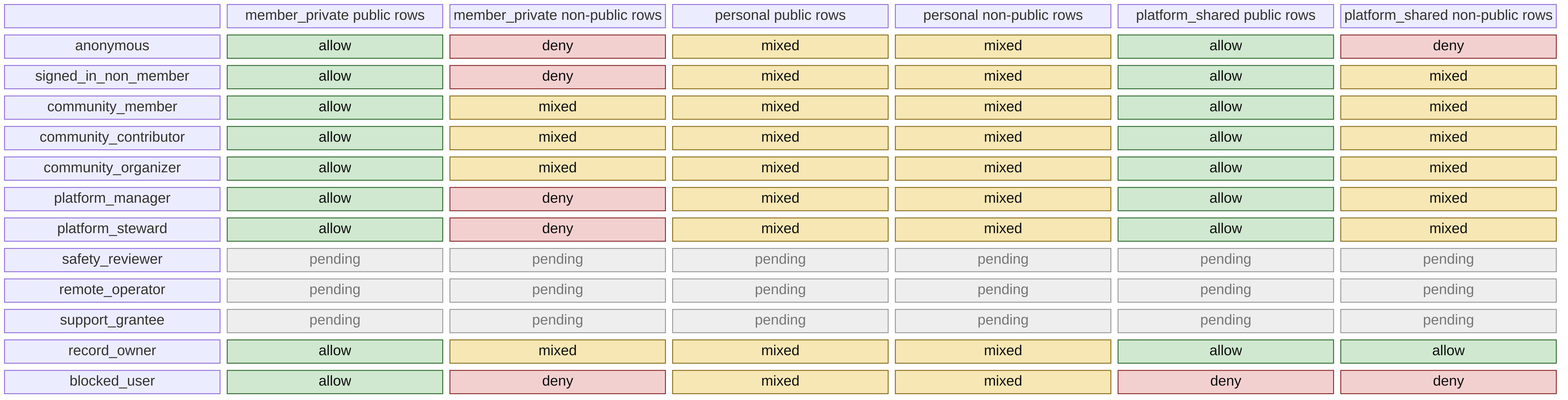
The Mermaid diagram docs/diagrams/exports/png/access_contract_heatmap_intended.png in better-together-org/community-engine-rails, before a commit. Its source is kept beside it as docs/diagrams/source/access_contract_heatmap_intended.mmd.
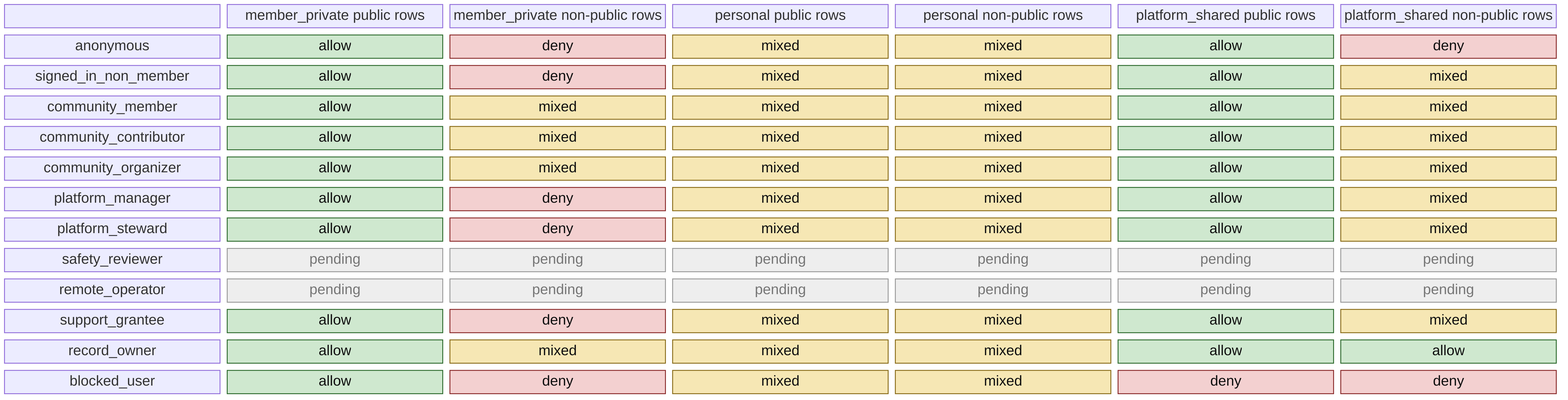
The same file after the commit.

What changed in the source:
```diff
@@ -74,12 +74,12 @@
   c8_4["pending"]
   c8_5["pending"]
   p9["support_grantee"]
-  c9_0["pending"]
-  c9_1["pending"]
-  c9_2["pending"]
-  c9_3["pending"]
-  c9_4["pending"]
-  c9_5["pending"]
+  c9_0["allow"]
+  c9_1["deny"]
+  c9_2["mixed"]
+  c9_3["mixed"]
+  c9_4["allow"]
+  c9_5["mixed"]
   p10["record_owner"]
   c10_0["allow"]
   c10_1["mixed"]
@@ -153,12 +153,12 @@
   class c8_3 heat_pending
   class c8_4 heat_pending
   class c8_5 heat_pending
-  class c9_0 heat_pending
-  class c9_1 heat_pending
-  class c9_2 heat_pending
-  class c9_3 heat_pending
-  class c9_4 heat_pending
-  class c9_5 heat_pending
+  class c9_0 heat_allow
+  class c9_1 heat_deny
+  class c9_2 heat_mixed
+  class c9_3 heat_mixed
+  class c9_4 heat_allow
+  class c9_5 heat_mixed
   class c10_0 heat_allow
   class c10_1 heat_mixed
   class c10_2 heat_mixed
```
